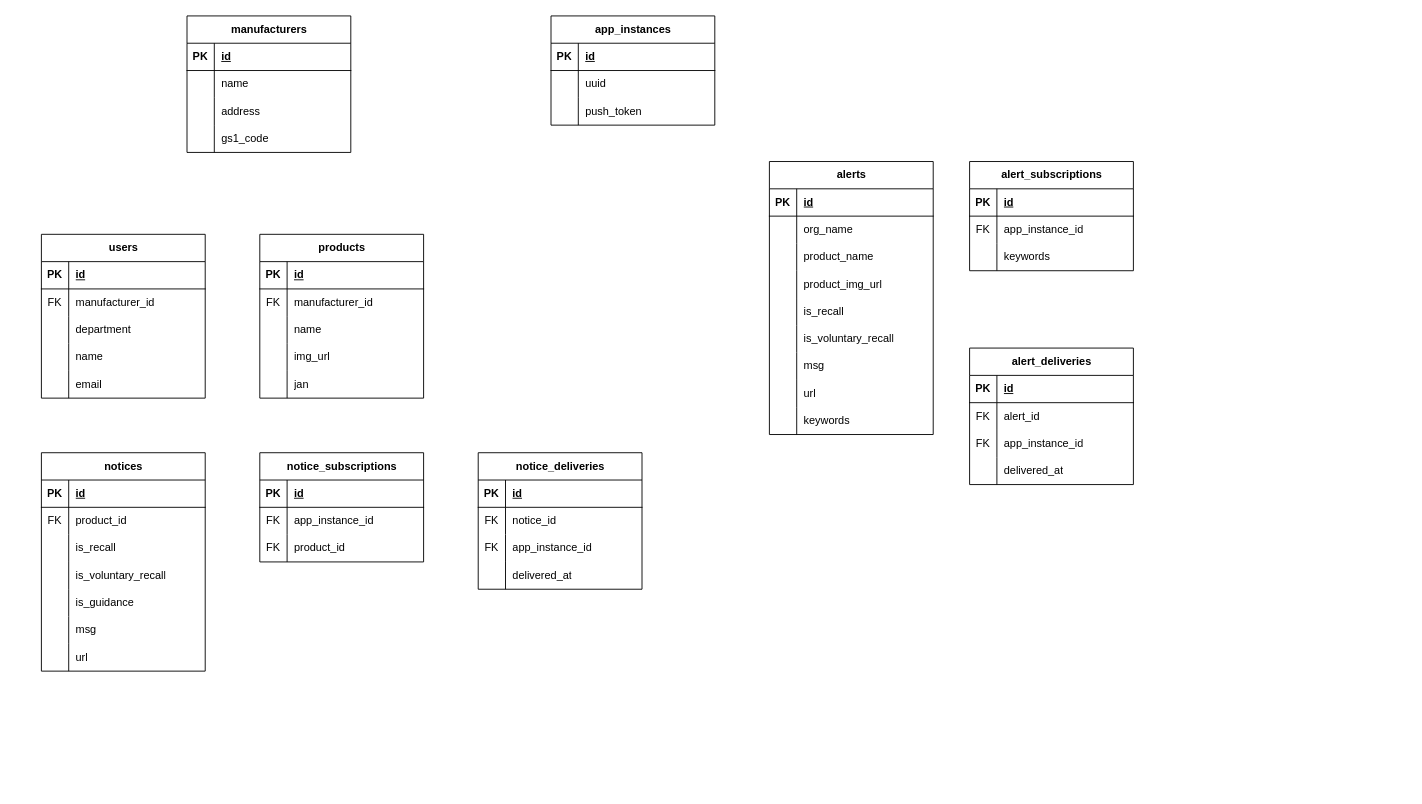
Above: ERD.drawio in kanedazz/safely_docs (draw.io), before the change. Source tidied: cells renumbered, new cells numbered last; positions are measured from the earlier drawing's top-left corner, leaving out a move shared by most shapes. Both pictures are drawn from the tidied source at 91%, with x=0, y=0 at pixel (41, 15).
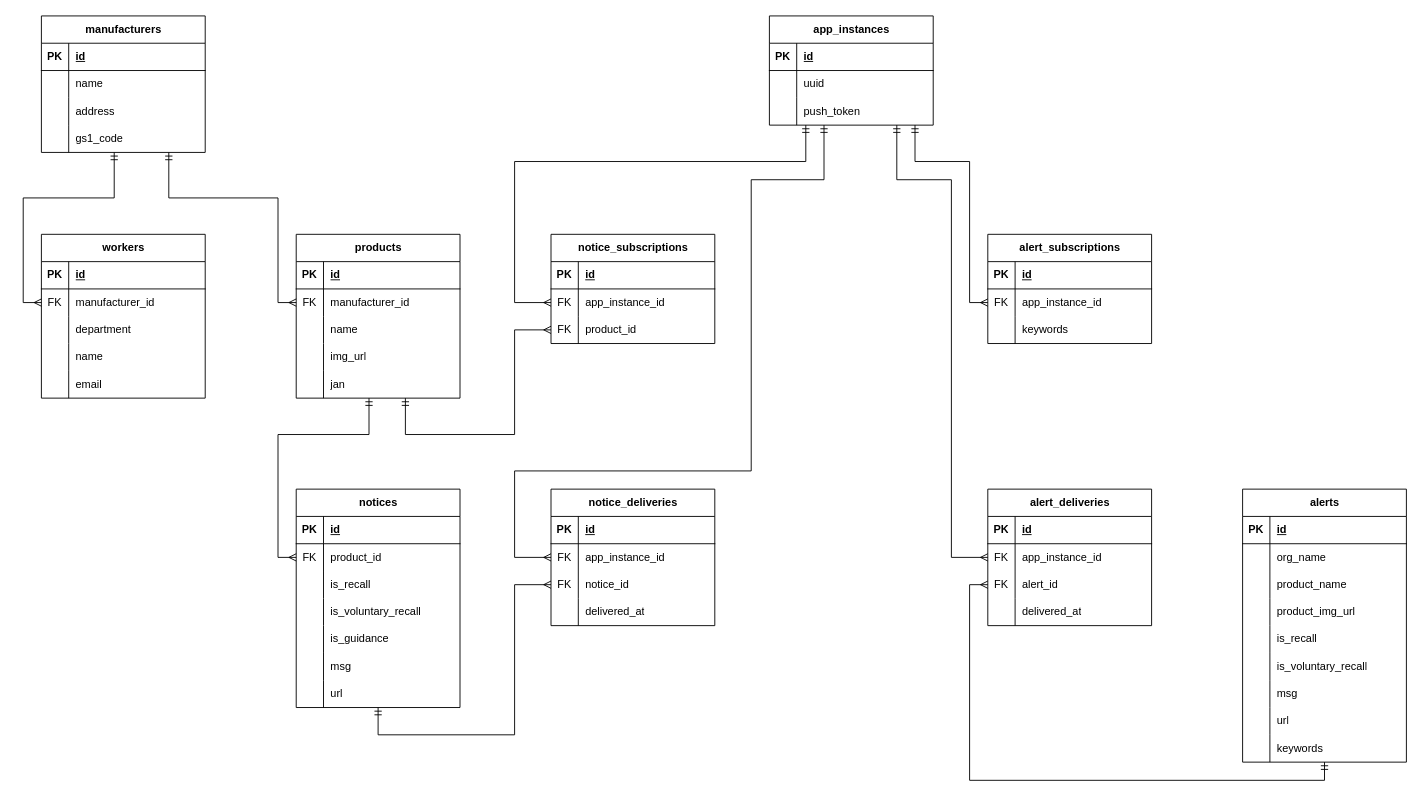
Above is the later version.

Unchanged cells that the change refers to:
```xml
<mxCell id="19" style="shape=tableRow;horizontal=0;startSize=0;swimlaneHead=0;swimlaneBody=0;fillColor=none;points=[[0,0.5],[1,0.5]];portConstraint=eastwest;top=0;left=0;right=0;bottom=0;" parent="15" vertex="1">
  <mxGeometry y="60" width="180" height="30" as="geometry" />
</mxCell>
<mxCell id="35" style="shape=tableRow;horizontal=0;startSize=0;swimlaneHead=0;swimlaneBody=0;fillColor=none;points=[[0,0.5],[1,0.5]];portConstraint=eastwest;top=0;left=0;right=0;bottom=0;" parent="31" vertex="1">
  <mxGeometry y="60" width="180" height="30" as="geometry" />
</mxCell>
<mxCell id="51" style="shape=tableRow;horizontal=0;startSize=0;swimlaneHead=0;swimlaneBody=0;fillColor=none;points=[[0,0.5],[1,0.5]];portConstraint=eastwest;top=0;left=0;right=0;bottom=0;" parent="47" vertex="1">
  <mxGeometry y="60" width="180" height="30" as="geometry" />
</mxCell>
<mxCell id="101" style="shape=tableRow;horizontal=0;startSize=0;swimlaneHead=0;swimlaneBody=0;fillColor=none;points=[[0,0.5],[1,0.5]];portConstraint=eastwest;top=0;left=0;right=0;bottom=0;" parent="97" vertex="1">
  <mxGeometry y="60" width="180" height="30" as="geometry" />
</mxCell>
<mxCell id="134" style="shape=tableRow;horizontal=0;startSize=0;swimlaneHead=0;swimlaneBody=0;fillColor=none;points=[[0,0.5],[1,0.5]];portConstraint=eastwest;top=0;left=0;right=0;bottom=0;" parent="130" vertex="1">
  <mxGeometry y="60" width="180" height="30" as="geometry" />
</mxCell>
<mxCell id="137" style="shape=tableRow;horizontal=0;startSize=0;swimlaneHead=0;swimlaneBody=0;fillColor=none;points=[[0,0.5],[1,0.5]];portConstraint=eastwest;top=0;left=0;right=0;bottom=0;" parent="130" vertex="1">
  <mxGeometry y="90" width="180" height="30" as="geometry" />
</mxCell>
```

What changed in the source:
```diff
@@
     <mxCell id="2" value="manufacturers" style="shape=table;startSize=30;childLayout=tableLayout;rowLines=0;fontStyle=1;align=center;html=1;" parent="1" vertex="1">
-      <mxGeometry x="160" width="180" height="150" as="geometry" />
+      <mxGeometry width="180" height="150" as="geometry" />
     </mxCell>
@@
-    <mxCell id="15" value="users" style="shape=table;startSize=30;childLayout=tableLayout;rowLines=0;fontStyle=1;align=center;html=1;" parent="1" vertex="1">
+    <mxCell id="15" value="workers" style="shape=table;startSize=30;childLayout=tableLayout;rowLines=0;fontStyle=1;align=center;html=1;" parent="1" vertex="1">
       <mxGeometry y="240" width="180" height="180" as="geometry" />
     </mxCell>
@@
     <mxCell id="31" value="products" style="shape=table;startSize=30;childLayout=tableLayout;rowLines=0;fontStyle=1;align=center;html=1;" parent="1" vertex="1">
-      <mxGeometry x="240" y="240" width="180" height="180" as="geometry" />
+      <mxGeometry x="280" y="240" width="180" height="180" as="geometry" />
     </mxCell>
@@
     <mxCell id="47" value="notices" style="shape=table;startSize=30;childLayout=tableLayout;rowLines=0;fontStyle=1;align=center;html=1;" parent="1" vertex="1">
-      <mxGeometry y="480" width="180" height="240" as="geometry" />
+      <mxGeometry x="280" y="520" width="180" height="240" as="geometry" />
     </mxCell>
@@
     <mxCell id="69" value="alerts" style="shape=table;startSize=30;childLayout=tableLayout;rowLines=0;fontStyle=1;align=center;html=1;" parent="1" vertex="1">
-      <mxGeometry x="800" y="160" width="180" height="300" as="geometry" />
+      <mxGeometry x="1320" y="520" width="180" height="300" as="geometry" />
     </mxCell>
@@
     <mxCell id="97" value="alert_subscriptions" style="shape=table;startSize=30;childLayout=tableLayout;rowLines=0;fontStyle=1;align=center;html=1;" parent="1" vertex="1">
-      <mxGeometry x="1020" y="160" width="180" height="120" as="geometry" />
+      <mxGeometry x="1040" y="240" width="180" height="120" as="geometry" />
     </mxCell>
@@
     <mxCell id="107" value="app_instances" style="shape=table;startSize=30;childLayout=tableLayout;rowLines=0;fontStyle=1;align=center;html=1;" parent="1" vertex="1">
-      <mxGeometry x="560" width="180" height="120" as="geometry" />
+      <mxGeometry x="800" width="180" height="120" as="geometry" />
     </mxCell>
@@
     <mxCell id="117" value="alert_deliveries" style="shape=table;startSize=30;childLayout=tableLayout;rowLines=0;fontStyle=1;align=center;html=1;" parent="1" vertex="1">
-      <mxGeometry x="1020" y="365" width="180" height="150" as="geometry" />
+      <mxGeometry x="1040" y="520" width="180" height="150" as="geometry" />
     </mxCell>
@@
+    <mxCell id="124" style="shape=tableRow;horizontal=0;startSize=0;swimlaneHead=0;swimlaneBody=0;fillColor=none;points=[[0,0.5],[1,0.5]];portConstraint=eastwest;top=0;left=0;right=0;bottom=0;" parent="117" vertex="1">
+      <mxGeometry y="60" width="180" height="30" as="geometry" />
+    </mxCell>
+    <mxCell id="125" value="FK" style="shape=partialRectangle;fillColor=none;top=0;left=0;bottom=0;right=0;overflow=hidden;whiteSpace=wrap;html=1;" parent="124" vertex="1">
+      <mxGeometry width="30" height="30" as="geometry" />
+    </mxCell>
+    <mxCell id="126" value="app_instance_id" style="shape=partialRectangle;fillColor=none;top=0;left=0;bottom=0;right=0;align=left;spacingLeft=6;overflow=hidden;whiteSpace=wrap;html=1;" parent="124" vertex="1">
+      <mxGeometry x="30" width="150" height="30" as="geometry" />
+    </mxCell>
     <mxCell id="121" style="shape=tableRow;horizontal=0;startSize=0;swimlaneHead=0;swimlaneBody=0;fillColor=none;points=[[0,0.5],[1,0.5]];portConstraint=eastwest;top=0;left=0;right=0;bottom=0;" parent="117" vertex="1">
-      <mxGeometry y="60" width="180" height="30" as="geometry" />
+      <mxGeometry y="90" width="180" height="30" as="geometry" />
     </mxCell>
@@
-    <mxCell id="124" style="shape=tableRow;horizontal=0;startSize=0;swimlaneHead=0;swimlaneBody=0;fillColor=none;points=[[0,0.5],[1,0.5]];portConstraint=eastwest;top=0;left=0;right=0;bottom=0;" parent="117" vertex="1">
-      <mxGeometry y="90" width="180" height="30" as="geometry" />
-    </mxCell>
-    <mxCell id="125" value="FK" style="shape=partialRectangle;fillColor=none;top=0;left=0;bottom=0;right=0;overflow=hidden;whiteSpace=wrap;html=1;" parent="124" vertex="1">
-      <mxGeometry width="30" height="30" as="geometry" />
-    </mxCell>
-    <mxCell id="126" value="app_instance_id" style="shape=partialRectangle;fillColor=none;top=0;left=0;bottom=0;right=0;align=left;spacingLeft=6;overflow=hidden;whiteSpace=wrap;html=1;" parent="124" vertex="1">
-      <mxGeometry x="30" width="150" height="30" as="geometry" />
-    </mxCell>
@@
     <mxCell id="130" value="notice_subscriptions" style="shape=table;startSize=30;childLayout=tableLayout;rowLines=0;fontStyle=1;align=center;html=1;" parent="1" vertex="1">
-      <mxGeometry x="240" y="480" width="180" height="120" as="geometry" />
+      <mxGeometry x="560" y="240" width="180" height="120" as="geometry" />
     </mxCell>
@@
+    <mxCell id="153" style="edgeStyle=orthogonalEdgeStyle;rounded=0;jettySize=auto;html=1;exitX=0;exitY=0.5;exitDx=0;exitDy=0;endArrow=ERmandOne;endFill=0;startArrow=ERmany;startFill=0;" parent="1" edge="1" source="144" target="47">
+      <mxGeometry relative="1" as="geometry">
+        <Array as="points">
+          <mxPoint x="520" y="625" />
+          <mxPoint x="520" y="790" />
+          <mxPoint x="370" y="790" />
+        </Array>
+      </mxGeometry>
+    </mxCell>
     <mxCell id="140" value="notice_deliveries" style="shape=table;startSize=30;childLayout=tableLayout;rowLines=0;fontStyle=1;align=center;html=1;" parent="1" vertex="1">
-      <mxGeometry x="480" y="480" width="180" height="150" as="geometry" />
+      <mxGeometry x="560" y="520" width="180" height="150" as="geometry" />
     </mxCell>
@@
+    <mxCell id="147" style="shape=tableRow;horizontal=0;startSize=0;swimlaneHead=0;swimlaneBody=0;fillColor=none;points=[[0,0.5],[1,0.5]];portConstraint=eastwest;top=0;left=0;right=0;bottom=0;" parent="140" vertex="1">
+      <mxGeometry y="60" width="180" height="30" as="geometry" />
+    </mxCell>
+    <mxCell id="148" value="FK" style="shape=partialRectangle;fillColor=none;top=0;left=0;bottom=0;right=0;overflow=hidden;whiteSpace=wrap;html=1;" parent="147" vertex="1">
+      <mxGeometry width="30" height="30" as="geometry" />
+    </mxCell>
+    <mxCell id="149" value="app_instance_id" style="shape=partialRectangle;fillColor=none;top=0;left=0;bottom=0;right=0;align=left;spacingLeft=6;overflow=hidden;whiteSpace=wrap;html=1;" parent="147" vertex="1">
+      <mxGeometry x="30" width="150" height="30" as="geometry" />
+    </mxCell>
     <mxCell id="144" style="shape=tableRow;horizontal=0;startSize=0;swimlaneHead=0;swimlaneBody=0;fillColor=none;points=[[0,0.5],[1,0.5]];portConstraint=eastwest;top=0;left=0;right=0;bottom=0;" parent="140" vertex="1">
-      <mxGeometry y="60" width="180" height="30" as="geometry" />
+      <mxGeometry y="90" width="180" height="30" as="geometry" />
     </mxCell>
@@
-    <mxCell id="147" style="shape=tableRow;horizontal=0;startSize=0;swimlaneHead=0;swimlaneBody=0;fillColor=none;points=[[0,0.5],[1,0.5]];portConstraint=eastwest;top=0;left=0;right=0;bottom=0;" parent="140" vertex="1">
-      <mxGeometry y="90" width="180" height="30" as="geometry" />
-    </mxCell>
-    <mxCell id="148" value="FK" style="shape=partialRectangle;fillColor=none;top=0;left=0;bottom=0;right=0;overflow=hidden;whiteSpace=wrap;html=1;" parent="147" vertex="1">
-      <mxGeometry width="30" height="30" as="geometry" />
-    </mxCell>
-    <mxCell id="149" value="app_instance_id" style="shape=partialRectangle;fillColor=none;top=0;left=0;bottom=0;right=0;align=left;spacingLeft=6;overflow=hidden;whiteSpace=wrap;html=1;" parent="147" vertex="1">
-      <mxGeometry x="30" width="150" height="30" as="geometry" />
-    </mxCell>
@@
+    <mxCell id="154" style="edgeStyle=orthogonalEdgeStyle;rounded=0;jettySize=auto;html=1;exitX=0;exitY=0.5;exitDx=0;exitDy=0;endArrow=ERmandOne;endFill=0;startArrow=ERmany;startFill=0;" parent="1" edge="1" source="19" target="2">
+      <mxGeometry relative="1" as="geometry">
+        <Array as="points">
+          <mxPoint x="-20" y="315" />
+          <mxPoint x="-20" y="200" />
+          <mxPoint x="80" y="200" />
+        </Array>
+      </mxGeometry>
+    </mxCell>
+    <mxCell id="155" style="edgeStyle=orthogonalEdgeStyle;rounded=0;jettySize=auto;html=1;endArrow=ERmandOne;endFill=0;startArrow=ERmany;startFill=0;" parent="1" edge="1" source="35" target="2">
+      <mxGeometry relative="1" as="geometry">
+        <Array as="points">
+          <mxPoint x="260" y="315" />
+          <mxPoint x="260" y="200" />
+          <mxPoint x="140" y="200" />
+        </Array>
+      </mxGeometry>
+    </mxCell>
+    <mxCell id="156" style="edgeStyle=orthogonalEdgeStyle;rounded=0;jettySize=auto;html=1;exitX=0;exitY=0.5;exitDx=0;exitDy=0;endArrow=ERmandOne;endFill=0;startArrow=ERmany;startFill=0;" parent="1" edge="1" source="51" target="31">
+      <mxGeometry relative="1" as="geometry">
+        <Array as="points">
+          <mxPoint x="260" y="595" />
+          <mxPoint x="260" y="460" />
+          <mxPoint x="360" y="460" />
+        </Array>
+      </mxGeometry>
+    </mxCell>
+    <mxCell id="157" style="edgeStyle=orthogonalEdgeStyle;rounded=0;jettySize=auto;html=1;exitX=0;exitY=0.5;exitDx=0;exitDy=0;endArrow=ERmandOne;endFill=0;startArrow=ERmany;startFill=0;" parent="1" edge="1" source="134" target="107">
+      <mxGeometry relative="1" as="geometry">
+        <Array as="points">
+          <mxPoint x="520" y="315" />
+          <mxPoint x="520" y="160" />
+          <mxPoint x="840" y="160" />
+        </Array>
+      </mxGeometry>
+    </mxCell>
+    <mxCell id="158" style="edgeStyle=orthogonalEdgeStyle;rounded=0;jettySize=auto;html=1;exitX=0;exitY=0.5;exitDx=0;exitDy=0;endArrow=ERmandOne;endFill=0;startArrow=ERmany;startFill=0;" parent="1" edge="1" source="137" target="31">
+      <mxGeometry relative="1" as="geometry">
+        <Array as="points">
+          <mxPoint x="520" y="345" />
+          <mxPoint x="520" y="460" />
+          <mxPoint x="400" y="460" />
+        </Array>
+      </mxGeometry>
+    </mxCell>
+    <mxCell id="159" style="edgeStyle=orthogonalEdgeStyle;rounded=0;jettySize=auto;html=1;exitX=0;exitY=0.5;exitDx=0;exitDy=0;endArrow=ERmandOne;endFill=0;startArrow=ERmany;startFill=0;" parent="1" edge="1" source="147" target="107">
+      <mxGeometry relative="1" as="geometry">
+        <Array as="points">
+          <mxPoint x="520" y="595" />
+          <mxPoint x="520" y="500" />
+          <mxPoint x="780" y="500" />
+          <mxPoint x="780" y="180" />
+          <mxPoint x="860" y="180" />
+        </Array>
+      </mxGeometry>
+    </mxCell>
+    <mxCell id="160" style="edgeStyle=orthogonalEdgeStyle;rounded=0;jettySize=auto;html=1;exitX=0;exitY=0.5;exitDx=0;exitDy=0;endArrow=ERmandOne;endFill=0;startArrow=ERmany;startFill=0;" parent="1" edge="1" source="101" target="107">
+      <mxGeometry relative="1" as="geometry">
+        <Array as="points">
+          <mxPoint x="1020" y="315" />
+          <mxPoint x="1020" y="160" />
+          <mxPoint x="960" y="160" />
+        </Array>
+      </mxGeometry>
+    </mxCell>
+    <mxCell id="161" style="edgeStyle=orthogonalEdgeStyle;rounded=0;jettySize=auto;html=1;exitX=0;exitY=0.5;exitDx=0;exitDy=0;endArrow=ERmandOne;endFill=0;startArrow=ERmany;startFill=0;" parent="1" edge="1" source="124" target="107">
+      <mxGeometry relative="1" as="geometry">
+        <Array as="points">
+          <mxPoint x="1000" y="595" />
+          <mxPoint x="1000" y="180" />
+          <mxPoint x="940" y="180" />
+        </Array>
+      </mxGeometry>
+    </mxCell>
+    <mxCell id="162" style="edgeStyle=orthogonalEdgeStyle;rounded=0;jettySize=auto;html=1;exitX=0;exitY=0.5;exitDx=0;exitDy=0;endArrow=ERmandOne;endFill=0;startArrow=ERmany;startFill=0;" parent="1" edge="1" source="121" target="69">
+      <mxGeometry relative="1" as="geometry">
+        <Array as="points">
+          <mxPoint x="1020" y="625" />
+          <mxPoint x="1020" y="840" />
+          <mxPoint x="1410" y="840" />
+        </Array>
+      </mxGeometry>
+    </mxCell>
```
